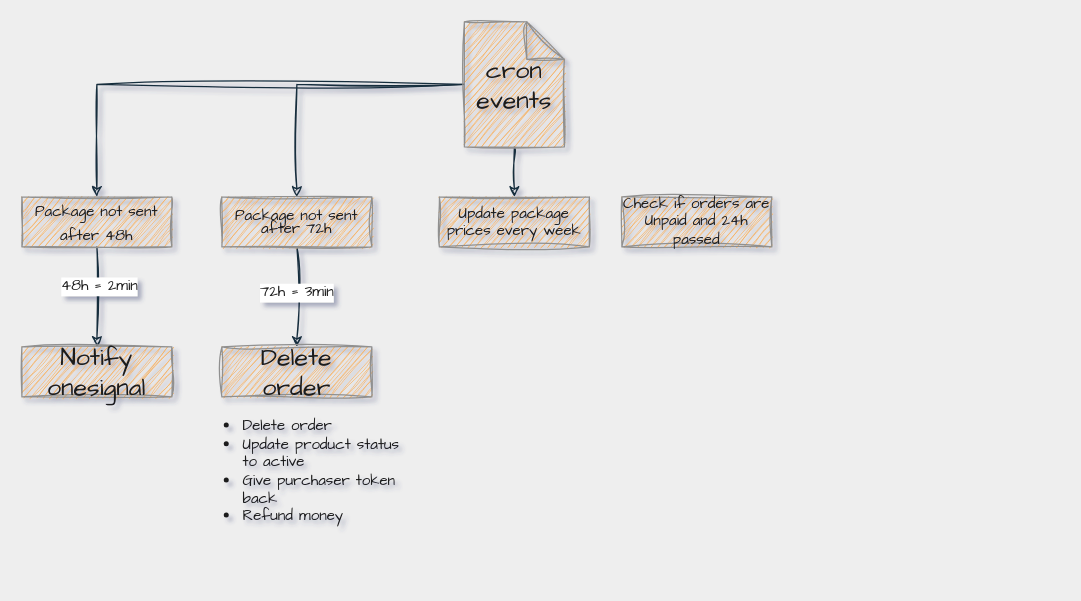
Earlier version of the draw.io diagram Diagram bez tytułu.drawio (MichalWalczuk/graphs-dev). Source tidied: cells renumbered, new cells numbered last; positions are measured from the earlier drawing's top-left corner, leaving out a move shared by most shapes. Both pictures are drawn from the tidied source at 125%, with x=0, y=0 at pixel (21, 21).
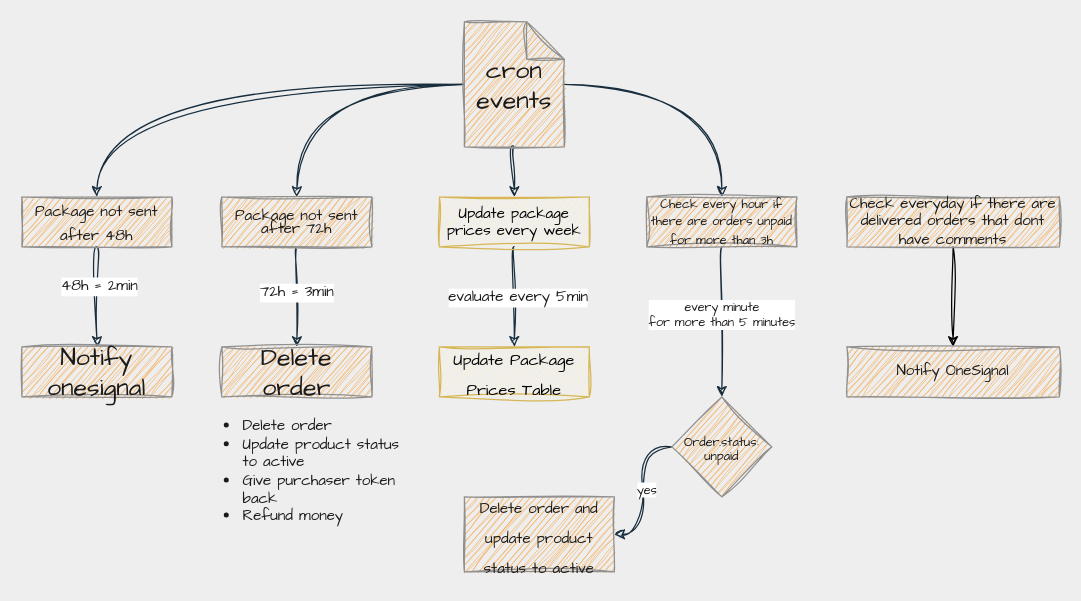
After the change.

The edit, as a diff of the source:
```diff
@@
-<mxGraphModel background="#EEEEEE" shadow="1">
+<mxGraphModel background="#EEEEEE">
@@
-    <mxCell id="2" style="edgeStyle=orthogonalEdgeStyle;rounded=0;sketch=1;hachureGap=4;jiggle=2;jettySize=auto;html=1;strokeColor=#182E3E;fontFamily=Architects Daughter;fontSize=12;fontColor=#1A1A1A;" parent="1" edge="1" source="5" target="12">
+    <mxCell id="2" style="edgeStyle=orthogonalEdgeStyle;rounded=0;hachureGap=4;jiggle=2;jettySize=auto;html=1;strokeColor=#182E3E;fontFamily=Architects Daughter;fontSize=12;fontColor=#1A1A1A;curved=1;sketch=1;" parent="1" edge="1" source="5" target="12">
       <mxGeometry relative="1" as="geometry" />
     </mxCell>
-    <mxCell id="3" style="edgeStyle=orthogonalEdgeStyle;rounded=0;sketch=1;hachureGap=4;jiggle=2;jettySize=auto;html=1;entryX=0.5;entryY=0;entryDx=0;entryDy=0;strokeColor=#182E3E;fontFamily=Architects Daughter;fontSize=12;fontColor=#1A1A1A;" parent="1" edge="1" source="5" target="11">
+    <mxCell id="3" style="edgeStyle=orthogonalEdgeStyle;rounded=0;hachureGap=4;jiggle=2;jettySize=auto;html=1;entryX=0.5;entryY=0;entryDx=0;entryDy=0;strokeColor=#182E3E;fontFamily=Architects Daughter;fontSize=12;fontColor=#1A1A1A;curved=1;sketch=1;" parent="1" edge="1" source="5" target="11">
       <mxGeometry relative="1" as="geometry" />
     </mxCell>
-    <mxCell id="4" style="edgeStyle=orthogonalEdgeStyle;rounded=0;sketch=1;hachureGap=4;jiggle=2;jettySize=auto;html=1;entryX=0.5;entryY=0;entryDx=0;entryDy=0;strokeColor=#182E3E;fontFamily=Architects Daughter;fontSize=12;fontColor=#1A1A1A;" parent="1" edge="1" source="5" target="8">
+    <mxCell id="4" style="edgeStyle=orthogonalEdgeStyle;rounded=0;hachureGap=4;jiggle=2;jettySize=auto;html=1;entryX=0.5;entryY=0;entryDx=0;entryDy=0;strokeColor=#182E3E;fontFamily=Architects Daughter;fontSize=12;fontColor=#1A1A1A;curved=1;sketch=1;" parent="1" edge="1" source="5" target="8">
       <mxGeometry relative="1" as="geometry" />
     </mxCell>
+    <mxCell id="17" style="edgeStyle=orthogonalEdgeStyle;rounded=0;hachureGap=4;jiggle=2;jettySize=auto;html=1;entryX=0.5;entryY=0;entryDx=0;entryDy=0;strokeColor=#182E3E;fontFamily=Architects Daughter;fontSize=10;fontColor=#1A1A1A;curved=1;sketch=1;" parent="1" edge="1" source="5" target="13">
+      <mxGeometry relative="1" as="geometry" />
+    </mxCell>
-    <mxCell id="5" value="&lt;div&gt;cron&lt;/div&gt;&lt;div&gt;events&lt;br&gt;&lt;/div&gt;" style="shape=note;whiteSpace=wrap;html=1;backgroundOutline=1;darkOpacity=0.05;sketch=1;hachureGap=4;jiggle=2;strokeColor=#909090;fontFamily=Architects Daughter;fontSize=20;fontColor=#1A1A1A;fillColor=#F5AB50;" parent="1" vertex="1">
+    <mxCell id="5" value="&lt;div&gt;cron&lt;/div&gt;&lt;div&gt;events&lt;br&gt;&lt;/div&gt;" style="shape=note;whiteSpace=wrap;html=1;backgroundOutline=1;darkOpacity=0.05;hachureGap=4;jiggle=2;strokeColor=#909090;fontFamily=Architects Daughter;fontSize=20;fontColor=#1A1A1A;fillColor=#F5AB50;rounded=0;sketch=1;" parent="1" vertex="1">
       <mxGeometry x="354" width="80" height="100" as="geometry" />
     </mxCell>
-    <mxCell id="6" style="edgeStyle=orthogonalEdgeStyle;rounded=0;sketch=1;hachureGap=4;jiggle=2;jettySize=auto;html=1;strokeColor=#182E3E;fontFamily=Architects Daughter;fontSize=12;fontColor=#1A1A1A;" parent="1" edge="1" source="8" target="14">
+    <mxCell id="6" style="edgeStyle=orthogonalEdgeStyle;rounded=0;hachureGap=4;jiggle=2;jettySize=auto;html=1;strokeColor=#182E3E;fontFamily=Architects Daughter;fontSize=12;fontColor=#1A1A1A;curved=1;sketch=1;" parent="1" edge="1" source="8" target="14">
       <mxGeometry relative="1" as="geometry" />
     </mxCell>
-    <mxCell id="7" value="48h = 2min" style="edgeLabel;html=1;align=center;verticalAlign=middle;fontSize=12;fontFamily=Architects Daughter;fontColor=#1A1A1A;" parent="6" vertex="1">
+    <mxCell id="7" value="48h = 2min" style="edgeLabel;html=1;align=center;verticalAlign=middle;fontSize=12;fontFamily=Architects Daughter;fontColor=#1A1A1A;rounded=0;sketch=1;" parent="6" vertex="1">
       <mxGeometry x="-0.23" y="1" relative="1" as="geometry" />
     </mxCell>
-    <mxCell id="8" value="&lt;p style=&quot;line-height: 80%;&quot;&gt;&lt;font style=&quot;font-size: 12px;&quot;&gt;Package not sent after 48h&lt;/font&gt;&lt;/p&gt;" style="rounded=0;whiteSpace=wrap;html=1;sketch=1;hachureGap=4;jiggle=2;strokeColor=#909090;fontFamily=Architects Daughter;fontSize=20;fontColor=#1A1A1A;fillColor=#F5AB50;" parent="1" vertex="1">
+    <mxCell id="8" value="&lt;p style=&quot;line-height: 80%;&quot;&gt;&lt;font style=&quot;font-size: 12px;&quot;&gt;Package not sent after 48h&lt;/font&gt;&lt;/p&gt;" style="rounded=0;whiteSpace=wrap;html=1;hachureGap=4;jiggle=2;strokeColor=#909090;fontFamily=Architects Daughter;fontSize=20;fontColor=#1A1A1A;fillColor=#F5AB50;sketch=1;" parent="1" vertex="1">
       <mxGeometry y="140" width="120" height="40" as="geometry" />
     </mxCell>
-    <mxCell id="9" style="edgeStyle=orthogonalEdgeStyle;rounded=0;sketch=1;hachureGap=4;jiggle=2;jettySize=auto;html=1;strokeColor=#182E3E;fontFamily=Architects Daughter;fontSize=12;fontColor=#1A1A1A;" parent="1" edge="1" source="11" target="15">
+    <mxCell id="9" style="edgeStyle=orthogonalEdgeStyle;rounded=0;hachureGap=4;jiggle=2;jettySize=auto;html=1;strokeColor=#182E3E;fontFamily=Architects Daughter;fontSize=12;fontColor=#1A1A1A;curved=1;sketch=1;" parent="1" edge="1" source="11" target="15">
       <mxGeometry relative="1" as="geometry" />
     </mxCell>
-    <mxCell id="10" value="72h = 3min" style="edgeLabel;html=1;align=center;verticalAlign=middle;fontSize=12;fontFamily=Architects Daughter;fontColor=#1A1A1A;" parent="9" vertex="1">
+    <mxCell id="10" value="72h = 3min" style="edgeLabel;html=1;align=center;verticalAlign=middle;fontSize=12;fontFamily=Architects Daughter;fontColor=#1A1A1A;rounded=0;sketch=1;" parent="9" vertex="1">
       <mxGeometry x="-0.1" y="-1" relative="1" as="geometry" />
     </mxCell>
-    <mxCell id="11" value="&lt;p style=&quot;line-height: 80%; font-size: 12px;&quot;&gt;&lt;font style=&quot;font-size: 12px;&quot;&gt;Package not sent after 72h&lt;br&gt;&lt;/font&gt;&lt;/p&gt;" style="rounded=0;whiteSpace=wrap;html=1;sketch=1;hachureGap=4;jiggle=2;strokeColor=#909090;fontFamily=Architects Daughter;fontSize=20;fontColor=#1A1A1A;fillColor=#F5AB50;" parent="1" vertex="1">
+    <mxCell id="11" value="&lt;p style=&quot;line-height: 80%; font-size: 12px;&quot;&gt;&lt;font style=&quot;font-size: 12px;&quot;&gt;Package not sent after 72h&lt;br&gt;&lt;/font&gt;&lt;/p&gt;" style="rounded=0;whiteSpace=wrap;html=1;hachureGap=4;jiggle=2;strokeColor=#909090;fontFamily=Architects Daughter;fontSize=20;fontColor=#1A1A1A;fillColor=#F5AB50;sketch=1;" parent="1" vertex="1">
       <mxGeometry x="160" y="140" width="120" height="40" as="geometry" />
     </mxCell>
+    <mxCell id="18" style="edgeStyle=orthogonalEdgeStyle;rounded=0;hachureGap=4;jiggle=2;jettySize=auto;html=1;strokeColor=#182E3E;fontFamily=Architects Daughter;fontSize=12;fontColor=#1A1A1A;curved=1;sketch=1;" parent="1" edge="1" source="12" target="22">
+      <mxGeometry relative="1" as="geometry" />
+    </mxCell>
+    <mxCell id="19" value="evaluate every 5min" style="edgeLabel;html=1;align=center;verticalAlign=middle;fontSize=12;fontFamily=Architects Daughter;fontColor=#1A1A1A;rounded=0;sketch=1;" parent="18" vertex="1">
+      <mxGeometry x="-0.01" y="2" relative="1" as="geometry" />
+    </mxCell>
-    <mxCell id="12" value="&lt;p style=&quot;line-height: 110%; font-size: 12px;&quot;&gt;&lt;font style=&quot;font-size: 12px;&quot;&gt;Update package prices every week&lt;br&gt;&lt;/font&gt;&lt;/p&gt;" style="rounded=0;whiteSpace=wrap;html=1;sketch=1;hachureGap=4;jiggle=2;strokeColor=#909090;fontFamily=Architects Daughter;fontSize=20;fontColor=#1A1A1A;fillColor=#F5AB50;" parent="1" vertex="1">
+    <mxCell id="12" value="&lt;p style=&quot;line-height: 110%; font-size: 12px;&quot;&gt;&lt;font style=&quot;font-size: 12px;&quot;&gt;Update package prices every week&lt;br&gt;&lt;/font&gt;&lt;/p&gt;" style="rounded=0;whiteSpace=wrap;html=1;hachureGap=4;jiggle=2;strokeColor=#d6b656;fontFamily=Architects Daughter;fontSize=20;fillColor=#fff2cc;sketch=1;" parent="1" vertex="1">
       <mxGeometry x="334" y="140" width="120" height="40" as="geometry" />
     </mxCell>
+    <mxCell id="20" style="edgeStyle=orthogonalEdgeStyle;rounded=0;hachureGap=4;jiggle=2;jettySize=auto;html=1;strokeColor=#182E3E;fontFamily=Architects Daughter;fontSize=10;fontColor=#1A1A1A;curved=1;sketch=1;" parent="1" edge="1" source="13" target="25">
+      <mxGeometry relative="1" as="geometry" />
+    </mxCell>
+    <mxCell id="21" value="&lt;div&gt;every minute&lt;/div&gt;&lt;div&gt;for more than 5 minutes&lt;br&gt;&lt;/div&gt;" style="edgeLabel;html=1;align=center;verticalAlign=middle;fontSize=10;fontFamily=Architects Daughter;fontColor=#1A1A1A;rounded=0;sketch=1;" parent="20" vertex="1">
+      <mxGeometry x="-0.12" y="-1" relative="1" as="geometry" />
+    </mxCell>
-    <mxCell id="13" value="Check if orders are Unpaid and 24h passed" style="rounded=0;whiteSpace=wrap;html=1;sketch=1;hachureGap=4;jiggle=2;strokeColor=#909090;fontFamily=Architects Daughter;fontSize=12;fontColor=#1A1A1A;fillColor=#F5AB50;" parent="1" vertex="1">
-      <mxGeometry x="480" y="140" width="120" height="40" as="geometry" />
+    <mxCell id="13" value="&lt;font style=&quot;font-size: 10px;&quot;&gt;Check every hour if there are orders unpaid for more than 3h&lt;/font&gt;" style="rounded=0;whiteSpace=wrap;html=1;hachureGap=4;jiggle=2;strokeColor=#909090;fontFamily=Architects Daughter;fontSize=12;fontColor=#1A1A1A;fillColor=#F5AB50;sketch=1;" parent="1" vertex="1">
+      <mxGeometry x="500" y="140" width="120" height="40" as="geometry" />
     </mxCell>
-    <mxCell id="14" value="Notify onesignal" style="rounded=0;whiteSpace=wrap;html=1;sketch=1;hachureGap=4;jiggle=2;strokeColor=#909090;fontFamily=Architects Daughter;fontSize=20;fontColor=#1A1A1A;fillColor=#F5AB50;" parent="1" vertex="1">
+    <mxCell id="14" value="Notify onesignal" style="rounded=0;whiteSpace=wrap;html=1;hachureGap=4;jiggle=2;strokeColor=#909090;fontFamily=Architects Daughter;fontSize=20;fontColor=#1A1A1A;fillColor=#F5AB50;sketch=1;" parent="1" vertex="1">
       <mxGeometry y="260" width="120" height="40" as="geometry" />
     </mxCell>
-    <mxCell id="15" value="Delete order" style="rounded=0;whiteSpace=wrap;html=1;sketch=1;hachureGap=4;jiggle=2;strokeColor=#909090;fontFamily=Architects Daughter;fontSize=20;fontColor=#1A1A1A;fillColor=#F5AB50;" parent="1" vertex="1">
+    <mxCell id="15" value="Delete order" style="rounded=0;whiteSpace=wrap;html=1;hachureGap=4;jiggle=2;strokeColor=#909090;fontFamily=Architects Daughter;fontSize=20;fontColor=#1A1A1A;fillColor=#F5AB50;sketch=1;" parent="1" vertex="1">
       <mxGeometry x="160" y="260" width="120" height="40" as="geometry" />
     </mxCell>
-    <mxCell id="16" value="&lt;ul&gt;&lt;li&gt;Delete order&lt;/li&gt;&lt;li&gt;Update product status to active&lt;/li&gt;&lt;li&gt;Give purchaser token back&lt;/li&gt;&lt;li&gt;Refund money &lt;br&gt;&lt;/li&gt;&lt;/ul&gt;" style="text;html=1;strokeColor=none;fillColor=none;align=left;verticalAlign=middle;whiteSpace=wrap;rounded=0;sketch=1;hachureGap=4;jiggle=2;fontFamily=Architects Daughter;fontSize=12;fontColor=#1A1A1A;" parent="1" vertex="1">
+    <mxCell id="16" value="&lt;ul&gt;&lt;li&gt;Delete order&lt;/li&gt;&lt;li&gt;Update product status to active&lt;/li&gt;&lt;li&gt;Give purchaser token back&lt;/li&gt;&lt;li&gt;Refund money &lt;br&gt;&lt;/li&gt;&lt;/ul&gt;" style="text;html=1;strokeColor=none;fillColor=none;align=left;verticalAlign=middle;whiteSpace=wrap;rounded=0;hachureGap=4;jiggle=2;fontFamily=Architects Daughter;fontSize=12;fontColor=#1A1A1A;sketch=1;" parent="1" vertex="1">
       <mxGeometry x="135" y="280" width="170" height="160" as="geometry" />
     </mxCell>
+    <mxCell id="22" value="&lt;font style=&quot;font-size: 13px;&quot;&gt;Update Package Prices Table&lt;/font&gt;" style="rounded=0;whiteSpace=wrap;html=1;hachureGap=4;jiggle=2;strokeColor=#d6b656;fontFamily=Architects Daughter;fontSize=20;fillColor=#fff2cc;sketch=1;" parent="1" vertex="1">
+      <mxGeometry x="334" y="260" width="120" height="40" as="geometry" />
+    </mxCell>
+    <mxCell id="23" style="edgeStyle=orthogonalEdgeStyle;rounded=0;hachureGap=4;jiggle=2;jettySize=auto;html=1;strokeColor=#182E3E;fontFamily=Architects Daughter;fontSize=10;fontColor=#1A1A1A;curved=1;sketch=1;" parent="1" edge="1" source="25" target="26">
+      <mxGeometry relative="1" as="geometry" />
+    </mxCell>
+    <mxCell id="24" value="yes" style="edgeLabel;html=1;align=center;verticalAlign=middle;fontSize=10;fontFamily=Architects Daughter;fontColor=#1A1A1A;rounded=0;sketch=1;" parent="23" vertex="1">
+      <mxGeometry x="-0.04" y="2" relative="1" as="geometry" />
+    </mxCell>
+    <mxCell id="25" value="&lt;p style=&quot;line-height: 40%;&quot;&gt;&lt;font style=&quot;font-size: 10px;&quot;&gt;Order.status: unpaid&lt;/font&gt;&lt;/p&gt;" style="rhombus;whiteSpace=wrap;html=1;fontFamily=Architects Daughter;fillColor=#F5AB50;strokeColor=#909090;fontColor=#1A1A1A;rounded=0;hachureGap=4;jiggle=2;fontSize=20;sketch=1;" parent="1" vertex="1">
+      <mxGeometry x="520" y="300" width="80" height="80" as="geometry" />
+    </mxCell>
+    <mxCell id="26" value="&lt;font style=&quot;font-size: 12px;&quot;&gt;Delete order and update product status to active&lt;/font&gt;" style="whiteSpace=wrap;html=1;fontSize=20;fontFamily=Architects Daughter;fillColor=#F5AB50;strokeColor=#909090;fontColor=#1A1A1A;rounded=0;hachureGap=4;jiggle=2;sketch=1;" parent="1" vertex="1">
+      <mxGeometry x="354" y="380" width="120" height="60" as="geometry" />
+    </mxCell>
+    <mxCell id="27" style="edgeStyle=orthogonalEdgeStyle;rounded=0;sketch=1;hachureGap=4;jiggle=2;jettySize=auto;html=1;fontFamily=Architects Daughter;fontSize=16;" parent="1" edge="1" source="28" target="29">
+      <mxGeometry relative="1" as="geometry" />
+    </mxCell>
+    <mxCell id="28" value="Check everyday if there are delivered orders that dont have comments" style="rounded=0;whiteSpace=wrap;html=1;hachureGap=4;jiggle=2;strokeColor=#909090;fontFamily=Architects Daughter;fontSize=12;fontColor=#1A1A1A;fillColor=#F5AB50;sketch=1;" parent="1" vertex="1">
+      <mxGeometry x="660" y="140" width="170" height="40" as="geometry" />
+    </mxCell>
+    <mxCell id="29" value="Notify OneSignal" style="rounded=0;whiteSpace=wrap;html=1;hachureGap=4;jiggle=2;strokeColor=#909090;fontFamily=Architects Daughter;fontSize=12;fontColor=#1A1A1A;fillColor=#F5AB50;sketch=1;" parent="1" vertex="1">
+      <mxGeometry x="660" y="260" width="170" height="40" as="geometry" />
+    </mxCell>
```
